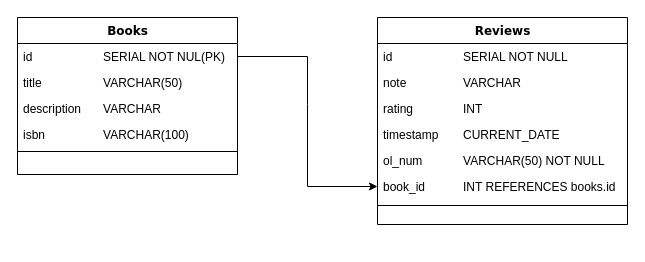
Above: Untitled Diagram.drawio in bhaveshpadave/book_reviews (draw.io), before the change. Source tidied: cells renumbered, new cells numbered last; positions are measured from the earlier drawing's top-left corner, leaving out a move shared by most shapes. Both pictures are drawn from the tidied source at 100%, with x=0, y=0 at pixel (17, 17).
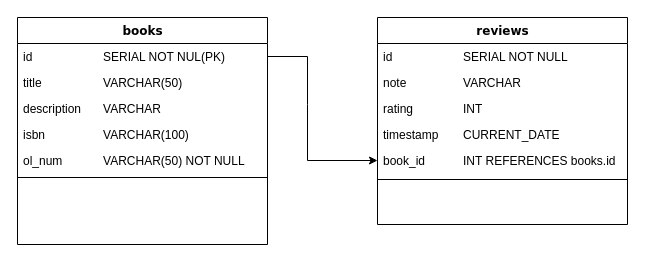
The same diagram, later.

Change to the diagram source:
```diff
@@
 <mxGraphModel>
   <root>
     <mxCell id="0" />
     <mxCell id="1" parent="0" />
-    <mxCell id="2" value="Books" style="swimlane;html=1;fontStyle=1;align=center;verticalAlign=top;horizontal=1;startSize=26;swimlaneFillColor=#ffffff;rounded=0;shadow=0;comic=0;labelBackgroundColor=none;strokeWidth=1;fillColor=none;fontFamily=Verdana;fontSize=12;" parent="1" vertex="1">
-      <mxGeometry width="220" height="157" as="geometry" />
+    <mxCell id="2" value="b&lt;span style=&quot;background-color: initial;&quot;&gt;ooks&lt;/span&gt;" style="swimlane;html=1;fontStyle=1;align=center;verticalAlign=top;horizontal=1;startSize=26;swimlaneFillColor=#ffffff;rounded=0;shadow=0;comic=0;labelBackgroundColor=none;strokeWidth=1;fillColor=none;fontFamily=Verdana;fontSize=12;" parent="1" vertex="1">
+      <mxGeometry width="250" height="227" as="geometry" />
     </mxCell>
     <mxCell id="3" value="id &lt;span style=&quot;white-space: pre;&quot;&gt;&#9;&lt;/span&gt;&lt;span style=&quot;white-space: pre;&quot;&gt;&#9;&lt;/span&gt;&lt;span style=&quot;white-space: pre;&quot;&gt;&#9;&lt;/span&gt;SERIAL NOT NUL(PK)" style="text;html=1;strokeColor=none;fillColor=none;align=left;verticalAlign=top;spacingLeft=4;spacingRight=4;whiteSpace=wrap;overflow=hidden;points=[[0,0.5],[1,0.5]];portConstraint=eastwest;" parent="2" vertex="1">
-      <mxGeometry y="26" width="220" height="26" as="geometry" />
+      <mxGeometry y="26" width="250" height="26" as="geometry" />
     </mxCell>
     <mxCell id="4" value="title&lt;span style=&quot;white-space: pre;&quot;&gt;&#9;&lt;/span&gt;&lt;span style=&quot;white-space: pre;&quot;&gt;&#9;&lt;/span&gt;&lt;span style=&quot;white-space: pre;&quot;&gt;&#9;&lt;/span&gt;VARCHAR(50)" style="text;html=1;strokeColor=none;fillColor=none;align=left;verticalAlign=top;spacingLeft=4;spacingRight=4;whiteSpace=wrap;overflow=hidden;" parent="2" vertex="1">
-      <mxGeometry y="52" width="220" height="26" as="geometry" />
+      <mxGeometry y="52" width="250" height="26" as="geometry" />
     </mxCell>
     <mxCell id="5" value="description&lt;span style=&quot;white-space: pre;&quot;&gt;&#9;&lt;/span&gt;VARCHAR" style="text;html=1;strokeColor=none;fillColor=none;align=left;verticalAlign=top;spacingLeft=4;spacingRight=4;whiteSpace=wrap;overflow=hidden;" parent="2" vertex="1">
-      <mxGeometry y="78" width="220" height="26" as="geometry" />
+      <mxGeometry y="78" width="250" height="26" as="geometry" />
     </mxCell>
     <mxCell id="6" value="isbn&lt;span style=&quot;white-space: pre;&quot;&gt;&#9;&lt;/span&gt;&lt;span style=&quot;white-space: pre;&quot;&gt;&#9;&lt;/span&gt;&lt;span style=&quot;white-space: pre;&quot;&gt;&#9;&lt;/span&gt;VARCHAR(100)" style="text;html=1;strokeColor=none;fillColor=none;align=left;verticalAlign=top;spacingLeft=4;spacingRight=4;whiteSpace=wrap;overflow=hidden;" parent="2" vertex="1">
-      <mxGeometry y="104" width="220" height="26" as="geometry" />
+      <mxGeometry y="104" width="250" height="26" as="geometry" />
     </mxCell>
+    <mxCell id="13" value="ol_num&lt;span style=&quot;white-space: pre;&quot;&gt;&#9;&lt;/span&gt;&lt;span style=&quot;white-space: pre;&quot;&gt;&#9;&lt;/span&gt;VARCHAR(50) NOT NULL" style="text;html=1;strokeColor=none;fillColor=none;align=left;verticalAlign=top;spacingLeft=4;spacingRight=4;whiteSpace=wrap;overflow=hidden;" parent="2" vertex="1">
+      <mxGeometry y="130" width="250" height="26" as="geometry" />
+    </mxCell>
     <mxCell id="7" style="line;html=1;strokeWidth=1;fillColor=none;align=left;verticalAlign=middle;spacingTop=-1;spacingLeft=3;spacingRight=3;labelPosition=right;" parent="2" vertex="1">
-      <mxGeometry y="130" width="220" height="8" as="geometry" />
+      <mxGeometry y="156" width="250" height="8" as="geometry" />
     </mxCell>
-    <mxCell id="8" value="Reviews" style="swimlane;html=1;fontStyle=1;align=center;verticalAlign=top;horizontal=1;startSize=26;swimlaneFillColor=#ffffff;rounded=0;shadow=0;comic=0;labelBackgroundColor=none;strokeWidth=1;fillColor=none;fontFamily=Verdana;fontSize=12;" parent="1" vertex="1">
+    <mxCell id="8" value="reviews" style="swimlane;html=1;fontStyle=1;align=center;verticalAlign=top;horizontal=1;startSize=26;swimlaneFillColor=#ffffff;rounded=0;shadow=0;comic=0;labelBackgroundColor=none;strokeWidth=1;fillColor=none;fontFamily=Verdana;fontSize=12;" parent="1" vertex="1">
       <mxGeometry x="360" width="250" height="207" as="geometry" />
     </mxCell>
     <mxCell id="9" value="id &lt;span style=&quot;white-space: pre;&quot;&gt;&#9;&lt;/span&gt;&lt;span style=&quot;white-space: pre;&quot;&gt;&#9;&lt;/span&gt;&lt;span style=&quot;white-space: pre;&quot;&gt;&#9;&lt;/span&gt;SERIAL NOT NULL" style="text;html=1;strokeColor=none;fillColor=none;align=left;verticalAlign=top;spacingLeft=4;spacingRight=4;whiteSpace=wrap;overflow=hidden;" parent="8" vertex="1">
       <mxGeometry y="26" width="250" height="26" as="geometry" />
     </mxCell>
     <mxCell id="10" value="note&lt;span style=&quot;white-space: pre;&quot;&gt;&#9;&lt;/span&gt;&lt;span style=&quot;white-space: pre;&quot;&gt;&#9;&lt;/span&gt;&lt;span style=&quot;white-space: pre;&quot;&gt;&#9;&lt;/span&gt;VARCHAR" style="text;html=1;strokeColor=none;fillColor=none;align=left;verticalAlign=top;spacingLeft=4;spacingRight=4;whiteSpace=wrap;overflow=hidden;" parent="8" vertex="1">
       <mxGeometry y="52" width="250" height="26" as="geometry" />
     </mxCell>
     <mxCell id="11" value="rating &lt;span style=&quot;white-space: pre;&quot;&gt;&#9;&lt;/span&gt;&lt;span style=&quot;white-space: pre;&quot;&gt;&#9;&lt;/span&gt;INT" style="text;html=1;strokeColor=none;fillColor=none;align=left;verticalAlign=top;spacingLeft=4;spacingRight=4;whiteSpace=wrap;overflow=hidden;" parent="8" vertex="1">
       <mxGeometry y="78" width="250" height="26" as="geometry" />
     </mxCell>
     <mxCell id="12" value="timestamp&lt;span style=&quot;white-space: pre;&quot;&gt;&#9;&lt;/span&gt;CURRENT_DATE" style="text;html=1;strokeColor=none;fillColor=none;align=left;verticalAlign=top;spacingLeft=4;spacingRight=4;whiteSpace=wrap;overflow=hidden;" parent="8" vertex="1">
       <mxGeometry y="104" width="250" height="26" as="geometry" />
     </mxCell>
-    <mxCell id="13" value="ol_num&lt;span style=&quot;white-space: pre;&quot;&gt;&#9;&lt;/span&gt;&lt;span style=&quot;white-space: pre;&quot;&gt;&#9;&lt;/span&gt;VARCHAR(50) NOT NULL" style="text;html=1;strokeColor=none;fillColor=none;align=left;verticalAlign=top;spacingLeft=4;spacingRight=4;whiteSpace=wrap;overflow=hidden;" parent="8" vertex="1">
-      <mxGeometry y="130" width="250" height="26" as="geometry" />
-    </mxCell>
     <mxCell id="14" value="book_id&lt;span style=&quot;white-space: pre;&quot;&gt;&#9;&lt;/span&gt;&lt;span style=&quot;white-space: pre;&quot;&gt;&#9;&lt;/span&gt;INT REFERENCES books.id" style="text;html=1;strokeColor=none;fillColor=none;align=left;verticalAlign=top;spacingLeft=4;spacingRight=4;whiteSpace=wrap;overflow=hidden;points=[[0,0.5],[1,0.5]];portConstraint=eastwest;" parent="8" vertex="1">
-      <mxGeometry y="156" width="250" height="26" as="geometry" />
+      <mxGeometry y="130" width="250" height="26" as="geometry" />
     </mxCell>
     <mxCell id="15" style="line;html=1;strokeWidth=1;fillColor=none;align=left;verticalAlign=middle;spacingTop=-1;spacingLeft=3;spacingRight=3;labelPosition=right;" parent="8" vertex="1">
-      <mxGeometry y="182" width="250" height="12" as="geometry" />
+      <mxGeometry y="156" width="250" height="12" as="geometry" />
     </mxCell>
     <mxCell id="16" style="edgeStyle=none;rounded=0;jettySize=auto;html=1;entryX=0;entryY=0.5;entryDx=0;entryDy=0;" parent="1" edge="1" source="3" target="14">
       <mxGeometry relative="1" as="geometry">
         <Array as="points">
           <mxPoint x="290" y="39" />
           <mxPoint x="290" y="87" />
-          <mxPoint x="290" y="169" />
+          <mxPoint x="290" y="143" />
         </Array>
       </mxGeometry>
     </mxCell>
   </root>
 </mxGraphModel>
```
